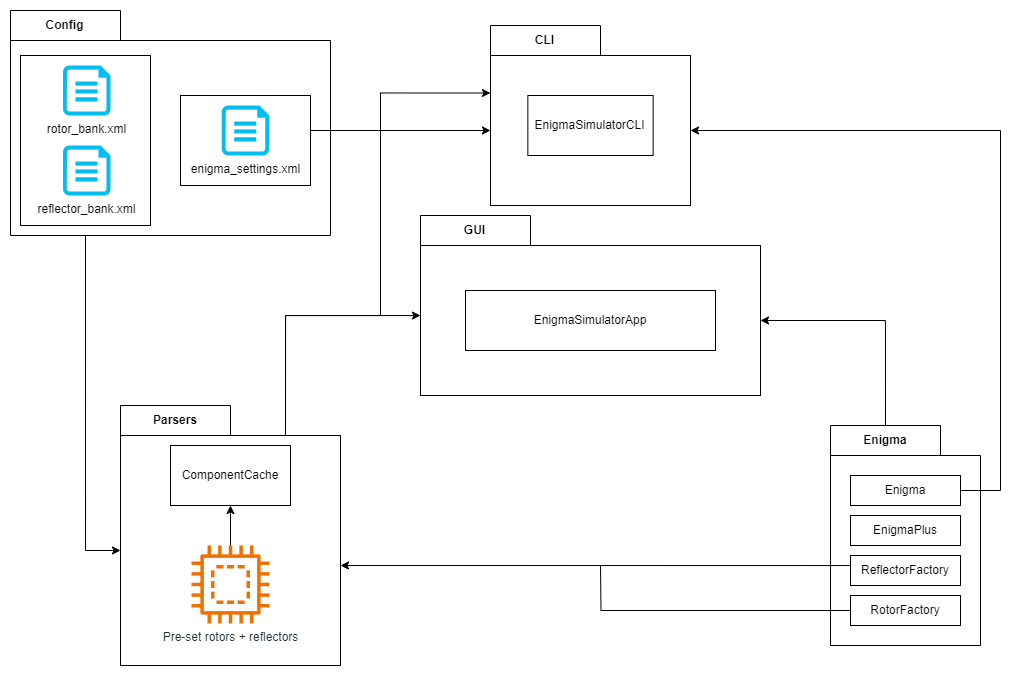
Earlier version of the draw.io export docs/images/Package Overview.png (elliot-brooks/enigma-simulator). Source tidied: cells renumbered, new cells last; positions are measured from the earlier drawing's top-left corner, leaving out a move shared by most shapes. Its diagram source:
```xml
<mxGraphModel>
  <root>
    <mxCell id="0" />
    <mxCell id="1" parent="0" />
    <mxCell id="2" value="GUI" style="shape=folder;fontStyle=1;tabWidth=110;tabHeight=30;tabPosition=left;html=1;boundedLbl=1;labelInHeader=1;whiteSpace=wrap;" parent="1" vertex="1">
      <mxGeometry x="410" y="205" width="340" height="180" as="geometry" />
    </mxCell>
    <mxCell id="3" value="Packaged element1" style="html=1;whiteSpace=wrap;" parent="2" vertex="1">
      <mxGeometry width="110" height="30" relative="1" as="geometry">
        <mxPoint x="20" y="50" as="offset" />
      </mxGeometry>
    </mxCell>
    <mxCell id="4" value="CLI" style="shape=folder;fontStyle=1;tabWidth=110;tabHeight=30;tabPosition=left;html=1;boundedLbl=1;labelInHeader=1;whiteSpace=wrap;" parent="1" vertex="1">
      <mxGeometry x="480" y="15" width="200" height="180" as="geometry" />
    </mxCell>
    <mxCell id="5" value="Parsers" style="shape=folder;fontStyle=1;tabWidth=110;tabHeight=30;tabPosition=left;html=1;boundedLbl=1;labelInHeader=1;whiteSpace=wrap;" parent="1" vertex="1">
      <mxGeometry x="110" y="395" width="210" height="220" as="geometry" />
    </mxCell>
    <mxCell id="6" style="edgeStyle=orthogonalEdgeStyle;rounded=0;jettySize=auto;html=1;exitX=0.75;exitY=0;exitDx=0;exitDy=0;entryX=0;entryY=0.25;entryDx=0;entryDy=0;" parent="1" edge="1" source="21" target="15">
      <mxGeometry relative="1" as="geometry">
        <Array as="points">
          <mxPoint x="275" y="305" />
          <mxPoint x="370" y="305" />
          <mxPoint x="370" y="83" />
        </Array>
      </mxGeometry>
    </mxCell>
    <mxCell id="7" style="edgeStyle=orthogonalEdgeStyle;rounded=0;jettySize=auto;html=1;exitX=0;exitY=0;exitDx=55;exitDy=0;exitPerimeter=0;entryX=1;entryY=0.5;entryDx=0;entryDy=0;" parent="1" edge="1" source="8" target="18">
      <mxGeometry relative="1" as="geometry" />
    </mxCell>
    <mxCell id="8" value="Enigma" style="shape=folder;fontStyle=1;tabWidth=110;tabHeight=30;tabPosition=left;html=1;boundedLbl=1;labelInHeader=1;whiteSpace=wrap;" parent="1" vertex="1">
      <mxGeometry x="820" y="415" width="150" height="220" as="geometry" />
    </mxCell>
    <mxCell id="9" value="Enigma" style="html=1;whiteSpace=wrap;" parent="8" vertex="1">
      <mxGeometry width="110" height="30" relative="1" as="geometry">
        <mxPoint x="20" y="50" as="offset" />
      </mxGeometry>
    </mxCell>
    <mxCell id="10" value="EnigmaPlus" style="html=1;whiteSpace=wrap;" parent="8" vertex="1">
      <mxGeometry x="20" y="90" width="110" height="30" as="geometry" />
    </mxCell>
    <mxCell id="11" value="ReflectorFactory" style="html=1;whiteSpace=wrap;" parent="8" vertex="1">
      <mxGeometry x="20" y="130" width="110" height="30" as="geometry" />
    </mxCell>
    <mxCell id="12" style="edgeStyle=orthogonalEdgeStyle;rounded=0;jettySize=auto;html=1;exitX=0;exitY=0.5;exitDx=0;exitDy=0;endArrow=none;endFill=0;" parent="8" edge="1" source="13">
      <mxGeometry relative="1" as="geometry">
        <mxPoint x="-230" y="140" as="targetPoint" />
      </mxGeometry>
    </mxCell>
    <mxCell id="13" value="RotorFactory" style="html=1;whiteSpace=wrap;" parent="8" vertex="1">
      <mxGeometry x="20" y="170" width="110" height="30" as="geometry" />
    </mxCell>
    <mxCell id="14" style="group;" parent="1" vertex="1">
      <mxGeometry x="480" y="45" width="200" height="150" as="geometry" />
    </mxCell>
    <mxCell id="15" style="rounded=0;whiteSpace=wrap;html=1;" parent="14" vertex="1">
      <mxGeometry width="200" height="150" as="geometry" />
    </mxCell>
    <mxCell id="16" value="EnigmaSimulatorCLI" style="rounded=0;whiteSpace=wrap;html=1;" parent="14" vertex="1">
      <mxGeometry x="37.4" y="40" width="125.3" height="60" as="geometry" />
    </mxCell>
    <mxCell id="17" style="group;" parent="1" vertex="1">
      <mxGeometry x="410" y="235" width="340" height="150" as="geometry" />
    </mxCell>
    <mxCell id="18" style="rounded=0;whiteSpace=wrap;html=1;" parent="17" vertex="1">
      <mxGeometry width="340" height="150" as="geometry" />
    </mxCell>
    <mxCell id="19" value="EnigmaSimulatorApp" style="rounded=0;whiteSpace=wrap;html=1;" parent="17" vertex="1">
      <mxGeometry x="45" y="45" width="250" height="60" as="geometry" />
    </mxCell>
    <mxCell id="20" style="group;" parent="1" vertex="1">
      <mxGeometry x="110" y="425" width="220" height="230" as="geometry" />
    </mxCell>
    <mxCell id="21" style="rounded=0;whiteSpace=wrap;html=1;" parent="20" vertex="1">
      <mxGeometry width="220" height="230" as="geometry" />
    </mxCell>
    <mxCell id="22" style="group;" parent="20" vertex="1">
      <mxGeometry x="-80" y="-40" width="250" height="228" as="geometry" />
    </mxCell>
    <mxCell id="23" value="ComponentCache" style="rounded=0;whiteSpace=wrap;html=1;" parent="22" vertex="1">
      <mxGeometry x="130" y="50" width="120" height="60" as="geometry" />
    </mxCell>
    <mxCell id="24" style="edgeStyle=orthogonalEdgeStyle;rounded=0;jettySize=auto;html=1;entryX=0.5;entryY=1;entryDx=0;entryDy=0;" parent="22" edge="1" source="25" target="23">
      <mxGeometry relative="1" as="geometry" />
    </mxCell>
    <mxCell id="25" value="Pre-set rotors + reflectors" style="sketch=0;outlineConnect=0;fontColor=#232F3E;gradientColor=none;fillColor=#ED7100;strokeColor=none;dashed=0;verticalLabelPosition=bottom;verticalAlign=top;align=center;html=1;fontSize=12;fontStyle=0;shape=mxgraph.aws4.braket_embedded_simulator;" parent="22" vertex="1">
      <mxGeometry x="151" y="150" width="78" height="78" as="geometry" />
    </mxCell>
    <mxCell id="26" style="endArrow=classic;html=1;rounded=0;exitX=0.75;exitY=0;exitDx=0;exitDy=0;edgeStyle=orthogonalEdgeStyle;" parent="1" edge="1" source="21">
      <mxGeometry relative="1" as="geometry">
        <mxPoint x="410" y="305" as="targetPoint" />
        <Array as="points">
          <mxPoint x="275" y="305" />
          <mxPoint x="410" y="305" />
        </Array>
      </mxGeometry>
    </mxCell>
    <mxCell id="27" style="edgeStyle=orthogonalEdgeStyle;rounded=0;jettySize=auto;html=1;exitX=0;exitY=0.5;exitDx=0;exitDy=0;" parent="1" edge="1" source="11">
      <mxGeometry relative="1" as="geometry">
        <mxPoint x="330" y="555" as="targetPoint" />
        <Array as="points">
          <mxPoint x="840" y="555" />
        </Array>
      </mxGeometry>
    </mxCell>
    <mxCell id="28" style="edgeStyle=orthogonalEdgeStyle;rounded=0;jettySize=auto;html=1;exitX=1;exitY=0.5;exitDx=0;exitDy=0;entryX=1;entryY=0.5;entryDx=0;entryDy=0;" parent="1" edge="1" source="9" target="15">
      <mxGeometry relative="1" as="geometry">
        <Array as="points">
          <mxPoint x="990" y="480" />
          <mxPoint x="990" y="120" />
        </Array>
      </mxGeometry>
    </mxCell>
    <mxCell id="29" style="edgeStyle=orthogonalEdgeStyle;rounded=0;jettySize=auto;html=1;entryX=0;entryY=0.5;entryDx=0;entryDy=0;exitX=0.5;exitY=1;exitDx=0;exitDy=0;" parent="1" edge="1" source="32" target="21">
      <mxGeometry relative="1" as="geometry">
        <Array as="points">
          <mxPoint x="75" y="540" />
        </Array>
      </mxGeometry>
    </mxCell>
    <mxCell id="30" value="Config" style="shape=folder;fontStyle=1;tabWidth=110;tabHeight=30;tabPosition=left;html=1;boundedLbl=1;labelInHeader=1;whiteSpace=wrap;" parent="1" vertex="1">
      <mxGeometry width="320" height="225" as="geometry" />
    </mxCell>
    <mxCell id="31" style="group;" parent="30" vertex="1">
      <mxGeometry x="10" y="45" width="130" height="170" as="geometry" />
    </mxCell>
    <mxCell id="32" style="rounded=0;whiteSpace=wrap;html=1;" parent="31" vertex="1">
      <mxGeometry width="130" height="170" as="geometry" />
    </mxCell>
    <mxCell id="33" value="rotor_bank.xml&lt;br&gt;" style="verticalLabelPosition=bottom;html=1;verticalAlign=top;align=center;strokeColor=none;fillColor=#00BEF2;shape=mxgraph.azure.cloud_services_configuration_file;" parent="31" vertex="1">
      <mxGeometry x="42.5" y="10" width="47.5" height="50" as="geometry" />
    </mxCell>
    <mxCell id="34" value="reflector_bank.xml&lt;br&gt;" style="verticalLabelPosition=bottom;html=1;verticalAlign=top;align=center;strokeColor=none;fillColor=#00BEF2;shape=mxgraph.azure.cloud_services_configuration_file;" parent="31" vertex="1">
      <mxGeometry x="42.5" y="90" width="47.5" height="50" as="geometry" />
    </mxCell>
    <mxCell id="35" style="group;" parent="30" vertex="1">
      <mxGeometry x="170" y="85" width="130" height="90" as="geometry" />
    </mxCell>
    <mxCell id="36" style="rounded=0;whiteSpace=wrap;html=1;" parent="35" vertex="1">
      <mxGeometry width="130" height="90" as="geometry" />
    </mxCell>
    <mxCell id="37" value="enigma_settings.xml" style="verticalLabelPosition=bottom;html=1;verticalAlign=top;align=center;strokeColor=none;fillColor=#00BEF2;shape=mxgraph.azure.cloud_services_configuration_file;" parent="35" vertex="1">
      <mxGeometry x="41.2" y="10" width="47.5" height="50" as="geometry" />
    </mxCell>
    <mxCell id="38" style="edgeStyle=orthogonalEdgeStyle;rounded=0;jettySize=auto;html=1;exitX=1;exitY=0.5;exitDx=0;exitDy=0;entryX=0;entryY=0.5;entryDx=0;entryDy=0;" parent="1" edge="1" source="36" target="15">
      <mxGeometry relative="1" as="geometry">
        <Array as="points">
          <mxPoint x="300" y="120" />
        </Array>
      </mxGeometry>
    </mxCell>
  </root>
</mxGraphModel>
```
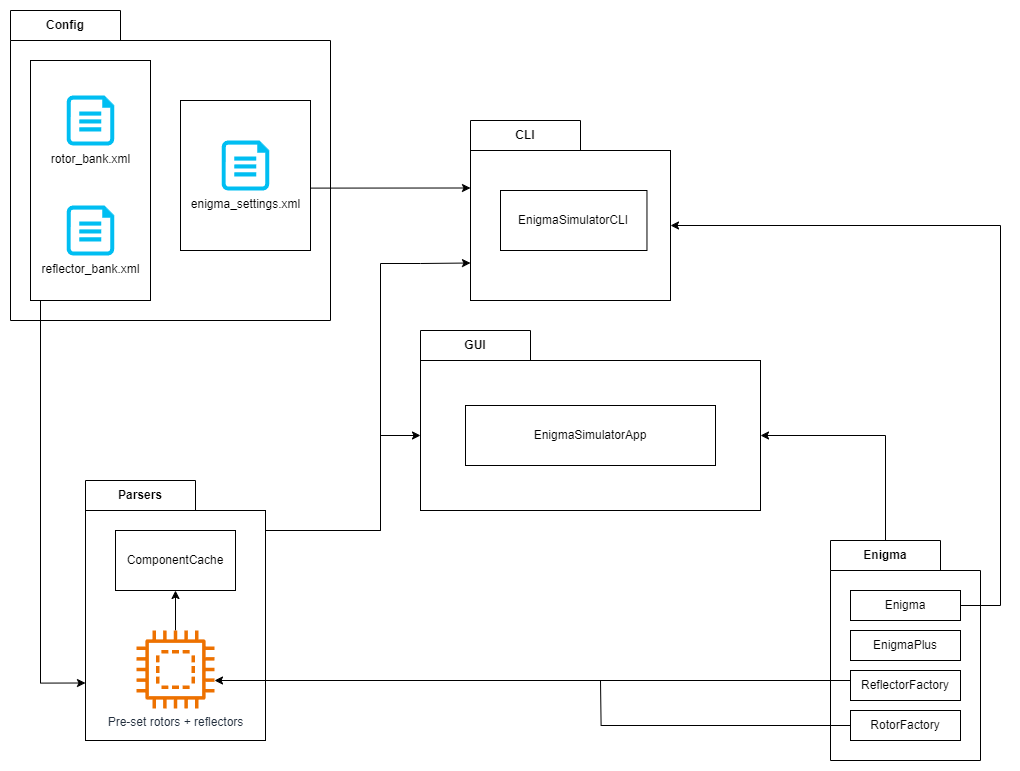
Above is the later version.

Commit message:
First draft of application D&I

Diff of the diagram source:
```diff
@@ -11,17 +11,20 @@
       </mxGeometry>
     </mxCell>
     <mxCell id="4" value="CLI" style="shape=folder;fontStyle=1;tabWidth=110;tabHeight=30;tabPosition=left;html=1;boundedLbl=1;labelInHeader=1;whiteSpace=wrap;" parent="1" vertex="1">
-      <mxGeometry x="480" y="15" width="200" height="180" as="geometry" />
+      <mxGeometry x="460" y="-5" width="200" height="180" as="geometry" />
     </mxCell>
-    <mxCell id="5" value="Parsers" style="shape=folder;fontStyle=1;tabWidth=110;tabHeight=30;tabPosition=left;html=1;boundedLbl=1;labelInHeader=1;whiteSpace=wrap;" parent="1" vertex="1">
-      <mxGeometry x="110" y="395" width="210" height="220" as="geometry" />
-    </mxCell>
+    <mxCell id="39" value="Packaged element1" style="html=1;whiteSpace=wrap;" parent="4" vertex="1">
+      <mxGeometry width="110" height="30" relative="1" as="geometry">
+        <mxPoint x="20" y="50" as="offset" />
+      </mxGeometry>
+    </mxCell>
-    <mxCell id="6" style="edgeStyle=orthogonalEdgeStyle;rounded=0;jettySize=auto;html=1;exitX=0.75;exitY=0;exitDx=0;exitDy=0;entryX=0;entryY=0.25;entryDx=0;entryDy=0;" parent="1" edge="1" source="21" target="15">
+    <mxCell id="6" style="edgeStyle=orthogonalEdgeStyle;rounded=0;jettySize=auto;html=1;exitX=1;exitY=0.25;exitDx=0;exitDy=0;entryX=0;entryY=0.75;entryDx=0;entryDy=0;" parent="1" edge="1" source="21" target="15">
       <mxGeometry relative="1" as="geometry">
         <Array as="points">
-          <mxPoint x="275" y="305" />
-          <mxPoint x="370" y="305" />
-          <mxPoint x="370" y="83" />
+          <mxPoint x="255" y="405" />
+          <mxPoint x="370" y="405" />
+          <mxPoint x="370" y="138" />
+          <mxPoint x="410" y="138" />
         </Array>
       </mxGeometry>
     </mxCell>
@@ -51,13 +54,13 @@
       <mxGeometry x="20" y="170" width="110" height="30" as="geometry" />
     </mxCell>
     <mxCell id="14" style="group;" parent="1" vertex="1">
-      <mxGeometry x="480" y="45" width="200" height="150" as="geometry" />
+      <mxGeometry x="460" y="25" width="200" height="150" as="geometry" />
     </mxCell>
     <mxCell id="15" style="rounded=0;whiteSpace=wrap;html=1;" parent="14" vertex="1">
       <mxGeometry width="200" height="150" as="geometry" />
     </mxCell>
     <mxCell id="16" value="EnigmaSimulatorCLI" style="rounded=0;whiteSpace=wrap;html=1;" parent="14" vertex="1">
-      <mxGeometry x="37.4" y="40" width="125.3" height="60" as="geometry" />
+      <mxGeometry x="30" y="40" width="146.5" height="60" as="geometry" />
     </mxCell>
     <mxCell id="17" style="group;" parent="1" vertex="1">
       <mxGeometry x="410" y="235" width="340" height="150" as="geometry" />
@@ -69,35 +72,36 @@
       <mxGeometry x="45" y="45" width="250" height="60" as="geometry" />
     </mxCell>
     <mxCell id="20" style="group;" parent="1" vertex="1">
-      <mxGeometry x="110" y="425" width="220" height="230" as="geometry" />
+      <mxGeometry y="335" width="320" height="280" as="geometry" />
     </mxCell>
+    <mxCell id="22" style="group;" parent="20" vertex="1">
+      <mxGeometry x="40" y="20" width="250" height="260" as="geometry" />
+    </mxCell>
+    <mxCell id="5" value="Parsers" style="shape=folder;fontStyle=1;tabWidth=110;tabHeight=30;tabPosition=left;html=1;boundedLbl=1;labelInHeader=1;whiteSpace=wrap;" parent="22" vertex="1">
+      <mxGeometry x="35" width="180" height="260" as="geometry" />
+    </mxCell>
-    <mxCell id="21" style="rounded=0;whiteSpace=wrap;html=1;" parent="20" vertex="1">
-      <mxGeometry width="220" height="230" as="geometry" />
+    <mxCell id="21" style="rounded=0;whiteSpace=wrap;html=1;" parent="22" vertex="1">
+      <mxGeometry x="35" y="30" width="180" height="230" as="geometry" />
     </mxCell>
-    <mxCell id="22" style="group;" parent="20" vertex="1">
-      <mxGeometry x="-80" y="-40" width="250" height="228" as="geometry" />
-    </mxCell>
     <mxCell id="23" value="ComponentCache" style="rounded=0;whiteSpace=wrap;html=1;" parent="22" vertex="1">
-      <mxGeometry x="130" y="50" width="120" height="60" as="geometry" />
+      <mxGeometry x="65" y="50" width="120" height="60" as="geometry" />
     </mxCell>
     <mxCell id="24" style="edgeStyle=orthogonalEdgeStyle;rounded=0;jettySize=auto;html=1;entryX=0.5;entryY=1;entryDx=0;entryDy=0;" parent="22" edge="1" source="25" target="23">
       <mxGeometry relative="1" as="geometry" />
     </mxCell>
     <mxCell id="25" value="Pre-set rotors + reflectors" style="sketch=0;outlineConnect=0;fontColor=#232F3E;gradientColor=none;fillColor=#ED7100;strokeColor=none;dashed=0;verticalLabelPosition=bottom;verticalAlign=top;align=center;html=1;fontSize=12;fontStyle=0;shape=mxgraph.aws4.braket_embedded_simulator;" parent="22" vertex="1">
-      <mxGeometry x="151" y="150" width="78" height="78" as="geometry" />
+      <mxGeometry x="86" y="150" width="78" height="78" as="geometry" />
     </mxCell>
-    <mxCell id="26" style="endArrow=classic;html=1;rounded=0;exitX=0.75;exitY=0;exitDx=0;exitDy=0;edgeStyle=orthogonalEdgeStyle;" parent="1" edge="1" source="21">
+    <mxCell id="26" style="endArrow=classic;html=1;rounded=0;exitX=1;exitY=0.25;exitDx=0;exitDy=0;entryX=0;entryY=0.5;entryDx=0;entryDy=0;edgeStyle=orthogonalEdgeStyle;" parent="1" edge="1" source="21" target="18">
       <mxGeometry relative="1" as="geometry">
-        <mxPoint x="410" y="305" as="targetPoint" />
         <Array as="points">
-          <mxPoint x="275" y="305" />
-          <mxPoint x="410" y="305" />
+          <mxPoint x="370" y="405" />
+          <mxPoint x="370" y="310" />
         </Array>
       </mxGeometry>
     </mxCell>
-    <mxCell id="27" style="edgeStyle=orthogonalEdgeStyle;rounded=0;jettySize=auto;html=1;exitX=0;exitY=0.5;exitDx=0;exitDy=0;" parent="1" edge="1" source="11">
+    <mxCell id="27" style="edgeStyle=orthogonalEdgeStyle;rounded=0;jettySize=auto;html=1;exitX=0;exitY=0.5;exitDx=0;exitDy=0;" parent="1" edge="1" source="11" target="25">
       <mxGeometry relative="1" as="geometry">
-        <mxPoint x="330" y="555" as="targetPoint" />
         <Array as="points">
           <mxPoint x="840" y="555" />
         </Array>
@@ -107,47 +111,42 @@
       <mxGeometry relative="1" as="geometry">
         <Array as="points">
           <mxPoint x="990" y="480" />
-          <mxPoint x="990" y="120" />
+          <mxPoint x="990" y="100" />
         </Array>
       </mxGeometry>
     </mxCell>
-    <mxCell id="29" style="edgeStyle=orthogonalEdgeStyle;rounded=0;jettySize=auto;html=1;entryX=0;entryY=0.5;entryDx=0;entryDy=0;exitX=0.5;exitY=1;exitDx=0;exitDy=0;" parent="1" edge="1" source="32" target="21">
-      <mxGeometry relative="1" as="geometry">
-        <Array as="points">
-          <mxPoint x="75" y="540" />
-        </Array>
-      </mxGeometry>
-    </mxCell>
     <mxCell id="30" value="Config" style="shape=folder;fontStyle=1;tabWidth=110;tabHeight=30;tabPosition=left;html=1;boundedLbl=1;labelInHeader=1;whiteSpace=wrap;" parent="1" vertex="1">
-      <mxGeometry width="320" height="225" as="geometry" />
+      <mxGeometry y="-115" width="320" height="310" as="geometry" />
     </mxCell>
-    <mxCell id="31" style="group;" parent="30" vertex="1">
-      <mxGeometry x="10" y="45" width="130" height="170" as="geometry" />
-    </mxCell>
-    <mxCell id="32" style="rounded=0;whiteSpace=wrap;html=1;" parent="31" vertex="1">
-      <mxGeometry width="130" height="170" as="geometry" />
-    </mxCell>
+    <mxCell id="40" style="rounded=0;whiteSpace=wrap;html=1;" parent="30" vertex="1">
+      <mxGeometry x="20" y="50" width="120" height="240" as="geometry" />
+    </mxCell>
+    <mxCell id="41" style="rounded=0;whiteSpace=wrap;html=1;" parent="30" vertex="1">
+      <mxGeometry x="170" y="90" width="130" height="150" as="geometry" />
+    </mxCell>
+    <mxCell id="37" value="enigma_settings.xml" style="verticalLabelPosition=bottom;html=1;verticalAlign=top;align=center;strokeColor=none;fillColor=#00BEF2;shape=mxgraph.azure.cloud_services_configuration_file;" parent="30" vertex="1">
+      <mxGeometry x="211.2" y="130" width="47.5" height="50" as="geometry" />
+    </mxCell>
-    <mxCell id="33" value="rotor_bank.xml&lt;br&gt;" style="verticalLabelPosition=bottom;html=1;verticalAlign=top;align=center;strokeColor=none;fillColor=#00BEF2;shape=mxgraph.azure.cloud_services_configuration_file;" parent="31" vertex="1">
-      <mxGeometry x="42.5" y="10" width="47.5" height="50" as="geometry" />
+    <mxCell id="33" value="rotor_bank.xml&lt;br&gt;" style="verticalLabelPosition=bottom;html=1;verticalAlign=top;align=center;strokeColor=none;fillColor=#00BEF2;shape=mxgraph.azure.cloud_services_configuration_file;" parent="30" vertex="1">
+      <mxGeometry x="56.2" y="85" width="47.5" height="50" as="geometry" />
     </mxCell>
-    <mxCell id="34" value="reflector_bank.xml&lt;br&gt;" style="verticalLabelPosition=bottom;html=1;verticalAlign=top;align=center;strokeColor=none;fillColor=#00BEF2;shape=mxgraph.azure.cloud_services_configuration_file;" parent="31" vertex="1">
-      <mxGeometry x="42.5" y="90" width="47.5" height="50" as="geometry" />
+    <mxCell id="34" value="reflector_bank.xml&lt;br&gt;" style="verticalLabelPosition=bottom;html=1;verticalAlign=top;align=center;strokeColor=none;fillColor=#00BEF2;shape=mxgraph.azure.cloud_services_configuration_file;" parent="30" vertex="1">
+      <mxGeometry x="56.2" y="195" width="47.5" height="50" as="geometry" />
     </mxCell>
-    <mxCell id="35" style="group;" parent="30" vertex="1">
-      <mxGeometry x="170" y="85" width="130" height="90" as="geometry" />
-    </mxCell>
-    <mxCell id="36" style="rounded=0;whiteSpace=wrap;html=1;" parent="35" vertex="1">
-      <mxGeometry width="130" height="90" as="geometry" />
-    </mxCell>
-    <mxCell id="37" value="enigma_settings.xml" style="verticalLabelPosition=bottom;html=1;verticalAlign=top;align=center;strokeColor=none;fillColor=#00BEF2;shape=mxgraph.azure.cloud_services_configuration_file;" parent="35" vertex="1">
-      <mxGeometry x="41.2" y="10" width="47.5" height="50" as="geometry" />
-    </mxCell>
-    <mxCell id="38" style="edgeStyle=orthogonalEdgeStyle;rounded=0;jettySize=auto;html=1;exitX=1;exitY=0.5;exitDx=0;exitDy=0;entryX=0;entryY=0.5;entryDx=0;entryDy=0;" parent="1" edge="1" source="36" target="15">
-      <mxGeometry relative="1" as="geometry">
-        <Array as="points">
-          <mxPoint x="300" y="120" />
-        </Array>
-      </mxGeometry>
-    </mxCell>
+    <mxCell id="42" style="edgeStyle=orthogonalEdgeStyle;rounded=0;jettySize=auto;html=1;exitX=1;exitY=0.5;exitDx=0;exitDy=0;entryX=0;entryY=0.25;entryDx=0;entryDy=0;" parent="1" edge="1" source="41" target="15">
+      <mxGeometry relative="1" as="geometry">
+        <Array as="points">
+          <mxPoint x="300" y="63" />
+        </Array>
+      </mxGeometry>
+    </mxCell>
+    <mxCell id="43" style="edgeStyle=orthogonalEdgeStyle;rounded=0;jettySize=auto;html=1;exitX=0.5;exitY=1;exitDx=0;exitDy=0;entryX=0;entryY=0.75;entryDx=0;entryDy=0;" parent="1" edge="1" source="40" target="21">
+      <mxGeometry relative="1" as="geometry">
+        <Array as="points">
+          <mxPoint x="30" y="175" />
+          <mxPoint x="30" y="558" />
+        </Array>
+      </mxGeometry>
+    </mxCell>
   </root>
 </mxGraphModel>
```
